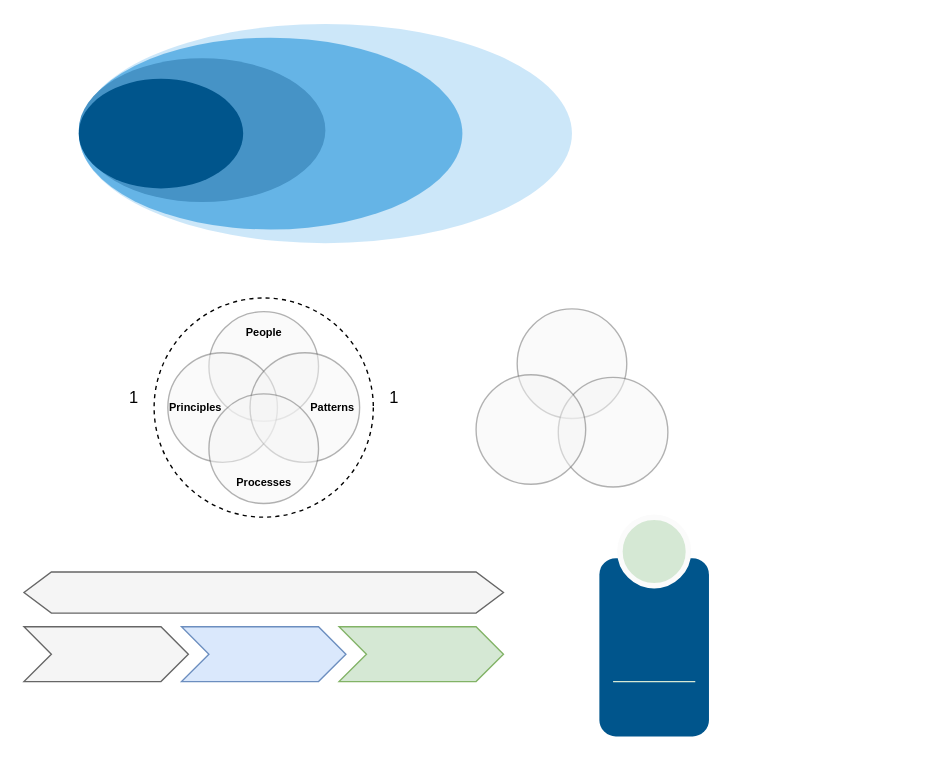
darrellcbrown/architecture-diagrams keeps this draw.io diagram as page "Page-2" (2 of 3) of tra-samples.drawio. Above is the earlier version. Source tidied: cells renumbered, new cells numbered last; positions are measured from the earlier drawing's top-left corner, leaving out a move shared by most shapes. Both pictures are drawn from the tidied source at 137%, with x=0, y=0 at pixel (23, 23).
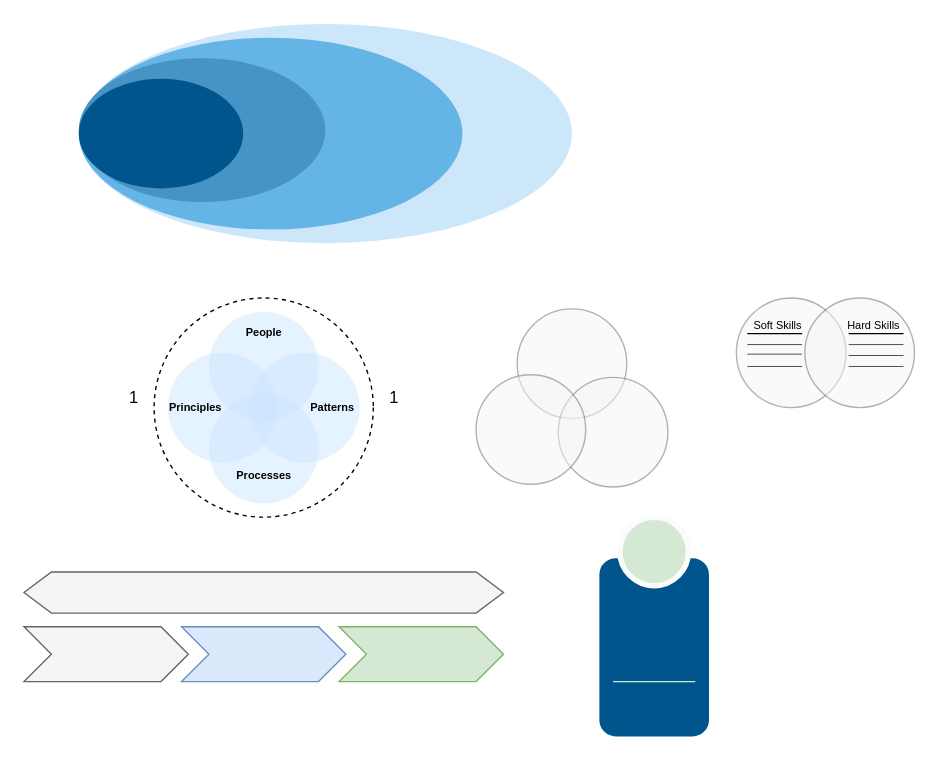
Above is the later version.

Change to the diagram source:
```diff
@@
+    <mxCell id="27" parent="0" />
+    <mxCell id="28" style="ellipse;whiteSpace=wrap;html=1;fillColor=#cce5ff;strokeColor=none;opacity=50;fontSize=8;fontFamily=Helvetica;fontStyle=1;" parent="27" vertex="1">
+      <mxGeometry x="135" y="210" width="80" height="80" as="geometry" />
+    </mxCell>
+    <mxCell id="29" style="ellipse;whiteSpace=wrap;html=1;fillColor=#cce5ff;strokeColor=none;opacity=50;fontSize=8;fontFamily=Helvetica;fontStyle=1;" parent="27" vertex="1">
+      <mxGeometry x="105" y="240" width="80" height="80" as="geometry" />
+    </mxCell>
+    <mxCell id="30" style="ellipse;whiteSpace=wrap;html=1;fillColor=#cce5ff;strokeColor=none;opacity=50;fontSize=8;fontFamily=Helvetica;fontStyle=1;" parent="27" vertex="1">
+      <mxGeometry x="165" y="240" width="80" height="80" as="geometry" />
+    </mxCell>
+    <mxCell id="31" style="ellipse;whiteSpace=wrap;html=1;fillColor=#cce5ff;strokeColor=none;opacity=50;fontSize=8;fontFamily=Helvetica;fontStyle=1;" parent="27" vertex="1">
+      <mxGeometry x="135" y="270" width="80" height="80" as="geometry" />
+    </mxCell>
@@
-    <mxCell id="6" style="ellipse;whiteSpace=wrap;html=1;fillColor=#f5f5f5;strokeColor=#666666;opacity=50;fontColor=#333333;fontSize=8;fontFamily=Helvetica;fontStyle=1;" parent="1" vertex="1">
-      <mxGeometry x="135" y="210" width="80" height="80" as="geometry" />
-    </mxCell>
-    <mxCell id="7" style="ellipse;whiteSpace=wrap;html=1;fillColor=#f5f5f5;strokeColor=#666666;opacity=50;fontColor=#333333;fontSize=8;fontFamily=Helvetica;fontStyle=1;" parent="1" vertex="1">
-      <mxGeometry x="105" y="240" width="80" height="80" as="geometry" />
-    </mxCell>
-    <mxCell id="8" style="ellipse;whiteSpace=wrap;html=1;fillColor=#f5f5f5;strokeColor=#666666;opacity=50;fontColor=#333333;fontSize=8;fontFamily=Helvetica;fontStyle=1;" parent="1" vertex="1">
-      <mxGeometry x="165" y="240" width="80" height="80" as="geometry" />
-    </mxCell>
-    <mxCell id="9" style="ellipse;whiteSpace=wrap;html=1;fillColor=#f5f5f5;strokeColor=#666666;fontColor=#333333;opacity=50;fontSize=8;fontFamily=Helvetica;fontStyle=1;" parent="1" vertex="1">
-      <mxGeometry x="135" y="270" width="80" height="80" as="geometry" />
-    </mxCell>
-    <mxCell id="10" value="People" style="text;html=1;align=center;verticalAlign=middle;strokeColor=none;fillColor=none;fontSize=8;fontFamily=Helvetica;fontStyle=1;" parent="1" vertex="1">
-      <mxGeometry x="150" y="215" width="50" height="20" as="geometry" />
-    </mxCell>
@@
-    <mxCell id="12" value="Processes" style="text;html=1;align=center;verticalAlign=middle;strokeColor=none;fillColor=none;fontSize=8;fontFamily=Helvetica;fontStyle=1;" parent="1" vertex="1">
-      <mxGeometry x="145" y="325" width="60" height="20" as="geometry" />
-    </mxCell>
@@
+    <mxCell id="10" value="People" style="text;html=1;align=center;verticalAlign=middle;strokeColor=none;fillColor=none;fontSize=8;fontFamily=Helvetica;fontStyle=1;" parent="1" vertex="1">
+      <mxGeometry x="150" y="215" width="50" height="20" as="geometry" />
+    </mxCell>
+    <mxCell id="32" style="ellipse;whiteSpace=wrap;html=1;fillColor=#f5f5f5;strokeColor=#666666;opacity=50;fontColor=#333333;fontSize=8;fontFamily=Helvetica;fontStyle=1;" parent="1" vertex="1">
+      <mxGeometry x="520" y="200" width="80" height="80" as="geometry" />
+    </mxCell>
+    <mxCell id="33" style="ellipse;whiteSpace=wrap;html=1;fillColor=#f5f5f5;strokeColor=#666666;opacity=50;fontColor=#333333;fontSize=8;fontFamily=Helvetica;fontStyle=1;" parent="1" vertex="1">
+      <mxGeometry x="570" y="200" width="80" height="80" as="geometry" />
+    </mxCell>
+    <mxCell id="34" value="Soft Skills" style="text;html=1;align=center;verticalAlign=middle;strokeColor=none;fillColor=none;fontSize=8;" parent="1" vertex="1">
+      <mxGeometry x="520" y="210" width="60" height="20" as="geometry" />
+    </mxCell>
+    <mxCell id="35" value="Hard Skills" style="text;html=1;align=center;verticalAlign=middle;strokeColor=none;fillColor=none;fontSize=8;" parent="1" vertex="1">
+      <mxGeometry x="590" y="210" width="60" height="20" as="geometry" />
+    </mxCell>
+    <mxCell id="36" style="endArrow=none;html=1;rounded=0;endSize=6;" parent="1" edge="1">
+      <mxGeometry relative="1" as="geometry">
+        <mxPoint x="642" y="226" as="sourcePoint" />
+        <mxPoint x="602" y="226" as="targetPoint" />
+      </mxGeometry>
+    </mxCell>
+    <mxCell id="37" style="endArrow=none;html=1;rounded=0;strokeWidth=0.5;" parent="1" edge="1">
+      <mxGeometry relative="1" as="geometry">
+        <mxPoint x="642" y="234" as="sourcePoint" />
+        <mxPoint x="602" y="234" as="targetPoint" />
+      </mxGeometry>
+    </mxCell>
+    <mxCell id="38" style="endArrow=none;html=1;rounded=0;endSize=6;" parent="1" edge="1">
+      <mxGeometry relative="1" as="geometry">
+        <mxPoint x="568" y="226" as="sourcePoint" />
+        <mxPoint x="528" y="226" as="targetPoint" />
+      </mxGeometry>
+    </mxCell>
+    <mxCell id="39" style="endArrow=none;html=1;rounded=0;strokeWidth=0.5;" parent="1" edge="1">
+      <mxGeometry relative="1" as="geometry">
+        <mxPoint x="568" y="234" as="sourcePoint" />
+        <mxPoint x="528" y="234" as="targetPoint" />
+      </mxGeometry>
+    </mxCell>
+    <mxCell id="40" style="endArrow=none;html=1;rounded=0;strokeWidth=0.5;" parent="1" edge="1">
+      <mxGeometry relative="1" as="geometry">
+        <mxPoint x="568" y="241" as="sourcePoint" />
+        <mxPoint x="528" y="241" as="targetPoint" />
+      </mxGeometry>
+    </mxCell>
+    <mxCell id="41" style="endArrow=none;html=1;rounded=0;strokeWidth=0.5;" parent="1" edge="1">
+      <mxGeometry relative="1" as="geometry">
+        <mxPoint x="642" y="242" as="sourcePoint" />
+        <mxPoint x="602" y="242" as="targetPoint" />
+      </mxGeometry>
+    </mxCell>
+    <mxCell id="42" style="endArrow=none;html=1;rounded=0;strokeWidth=0.5;" parent="1" edge="1">
+      <mxGeometry relative="1" as="geometry">
+        <mxPoint x="642" y="250" as="sourcePoint" />
+        <mxPoint x="602" y="250" as="targetPoint" />
+      </mxGeometry>
+    </mxCell>
+    <mxCell id="43" style="endArrow=none;html=1;rounded=0;strokeWidth=0.5;" parent="1" edge="1">
+      <mxGeometry relative="1" as="geometry">
+        <mxPoint x="568" y="250" as="sourcePoint" />
+        <mxPoint x="528" y="250" as="targetPoint" />
+      </mxGeometry>
+    </mxCell>
+    <mxCell id="12" value="Processes" style="text;html=1;align=center;verticalAlign=middle;strokeColor=none;fillColor=none;fontSize=8;fontFamily=Helvetica;fontStyle=1;" parent="1" vertex="1">
+      <mxGeometry x="145" y="320" width="60" height="20" as="geometry" />
+    </mxCell>
```
